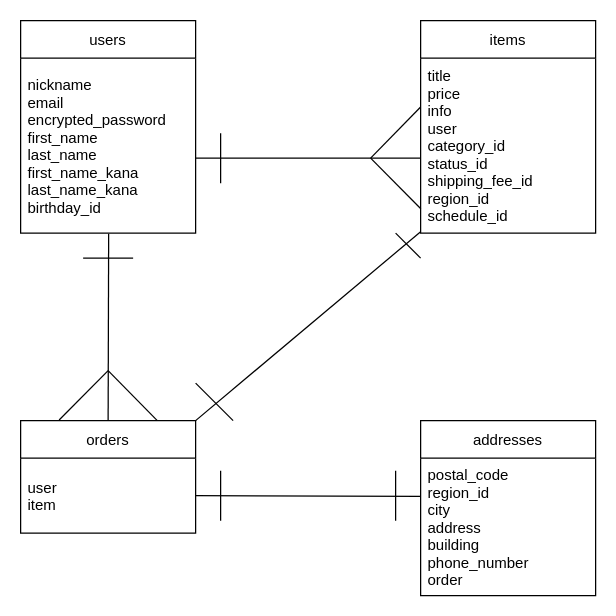
Before: Furima-37769.dio in TomoyaIwai/furima-37769, a draw.io diagram. Source tidied: cells renumbered, new cells numbered last; positions are measured from the earlier drawing's top-left corner, leaving out a move shared by most shapes. Both pictures are drawn from the tidied source at 125%, with x=0, y=0 at pixel (20, 20).
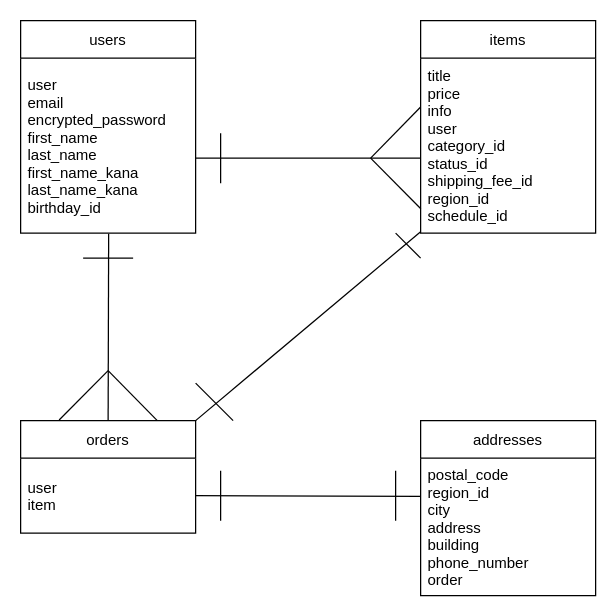
Above is the later version.

Unchanged cells that the change refers to:
```xml
<mxCell id="2" value="users" style="swimlane;fontStyle=0;horizontal=1;startSize=30;" parent="1" vertex="1">
  <mxGeometry width="140" height="170" as="geometry" />
</mxCell>
```

What changed in the source:
```diff
@@
-    <mxCell id="3" value="nickname&#10;email&#10;encrypted_password&#10;first_name&#10;last_name&#10;first_name_kana&#10;last_name_kana&#10;birthday_id" style="text;strokeColor=none;fillColor=none;align=left;verticalAlign=middle;spacingLeft=4;spacingRight=4;overflow=hidden;points=[[0,0.5],[1,0.5]];portConstraint=eastwest;" parent="2" vertex="1">
+    <mxCell id="3" value="user&#10;email&#10;encrypted_password&#10;first_name&#10;last_name&#10;first_name_kana&#10;last_name_kana&#10;birthday_id" style="text;strokeColor=none;fillColor=none;align=left;verticalAlign=middle;spacingLeft=4;spacingRight=4;overflow=hidden;points=[[0,0.5],[1,0.5]];portConstraint=eastwest;" parent="2" vertex="1">
       <mxGeometry y="30" width="140" height="140" as="geometry" />
     </mxCell>
```
